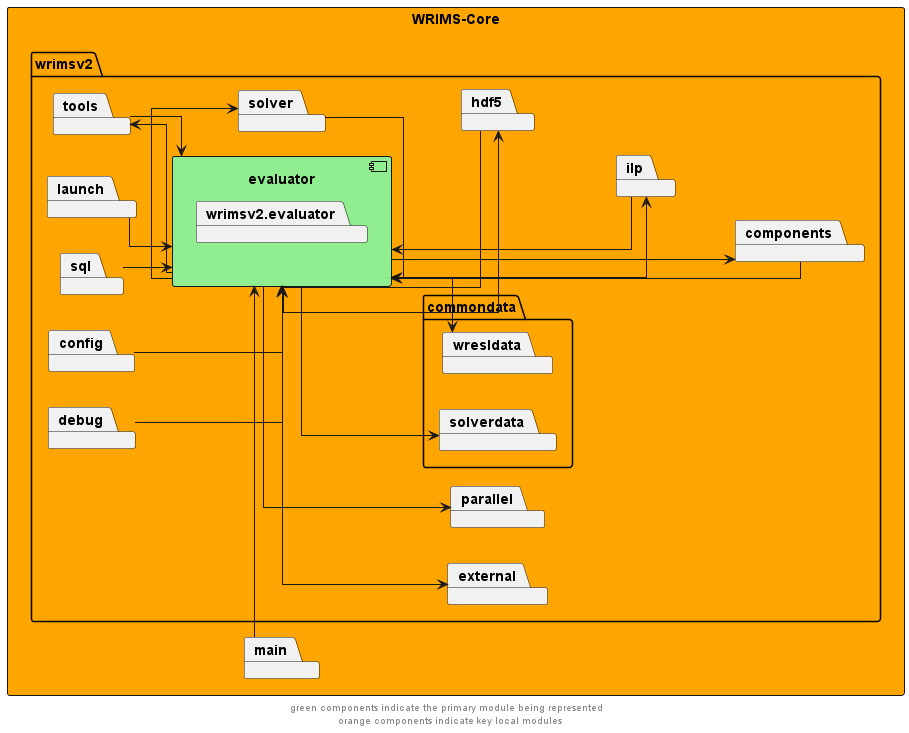
This is docs/diagrams/wrims-core/wrims-core_evaluator.png from CentralValleyModeling/wrims, a PlantUML export, as it was before one commit.
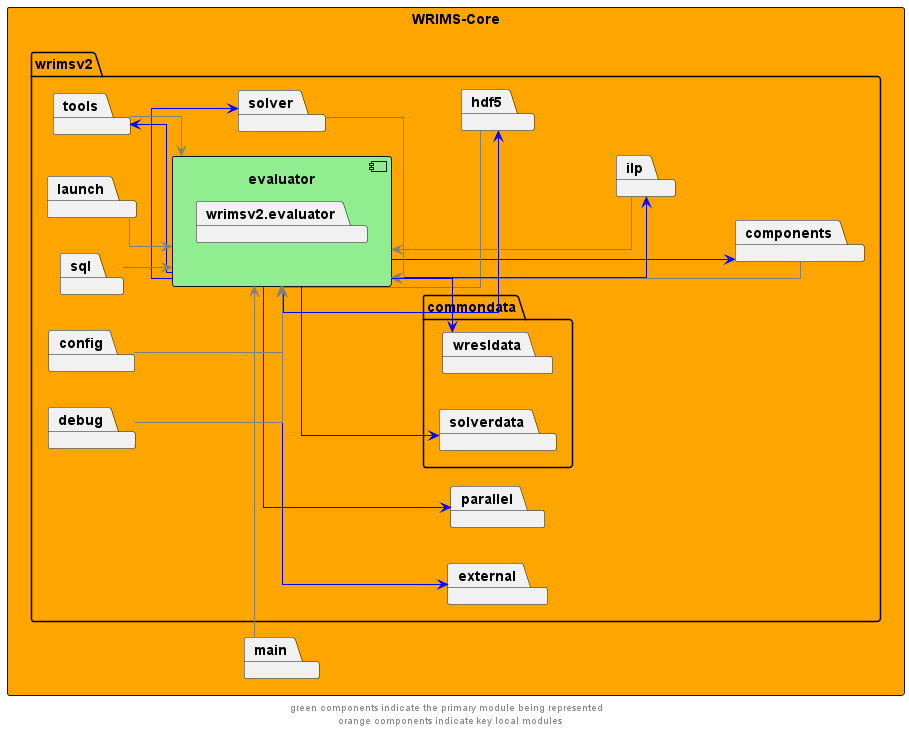
The same file after the commit.

The edit, as a diff of the source:
```diff
@@ -29,27 +29,27 @@
 package main
 }
 
-evaluator --> components
-components --> evaluator
-evaluator --> hdf5
-hdf5 --> evaluator
-evaluator --> ilp
-ilp --> evaluator
-evaluator --> solver
-solver -left-> evaluator
-evaluator --> tools
-tools --> evaluator
+evaluator --> components #blue
+components --> evaluator #grey
+evaluator --> hdf5 #blue
+hdf5 --> evaluator  #grey
+evaluator --> ilp #blue
+ilp --> evaluator  #grey
+evaluator --> solver #blue
+solver -left-> evaluator  #grey
+evaluator --> tools #blue
+tools --> evaluator  #grey
 
-evaluator --> external
-evaluator --> parallel
-evaluator --> solverdata
-evaluator --> wresldata
+evaluator --> external #blue
+evaluator --> parallel #blue
+evaluator --> solverdata #blue
+evaluator --> wresldata #blue
 
-config --> evaluator
-debug --> evaluator
-launch --> evaluator
-sql --> evaluator
-main -l-> evaluator
+config --> evaluator  #grey
+debug --> evaluator  #grey
+launch --> evaluator  #grey
+sql --> evaluator  #grey
+main -l-> evaluator  #grey
 
 components -up[hidden]-> ilp
 ilp -up[hidden]-> hdf5
```
